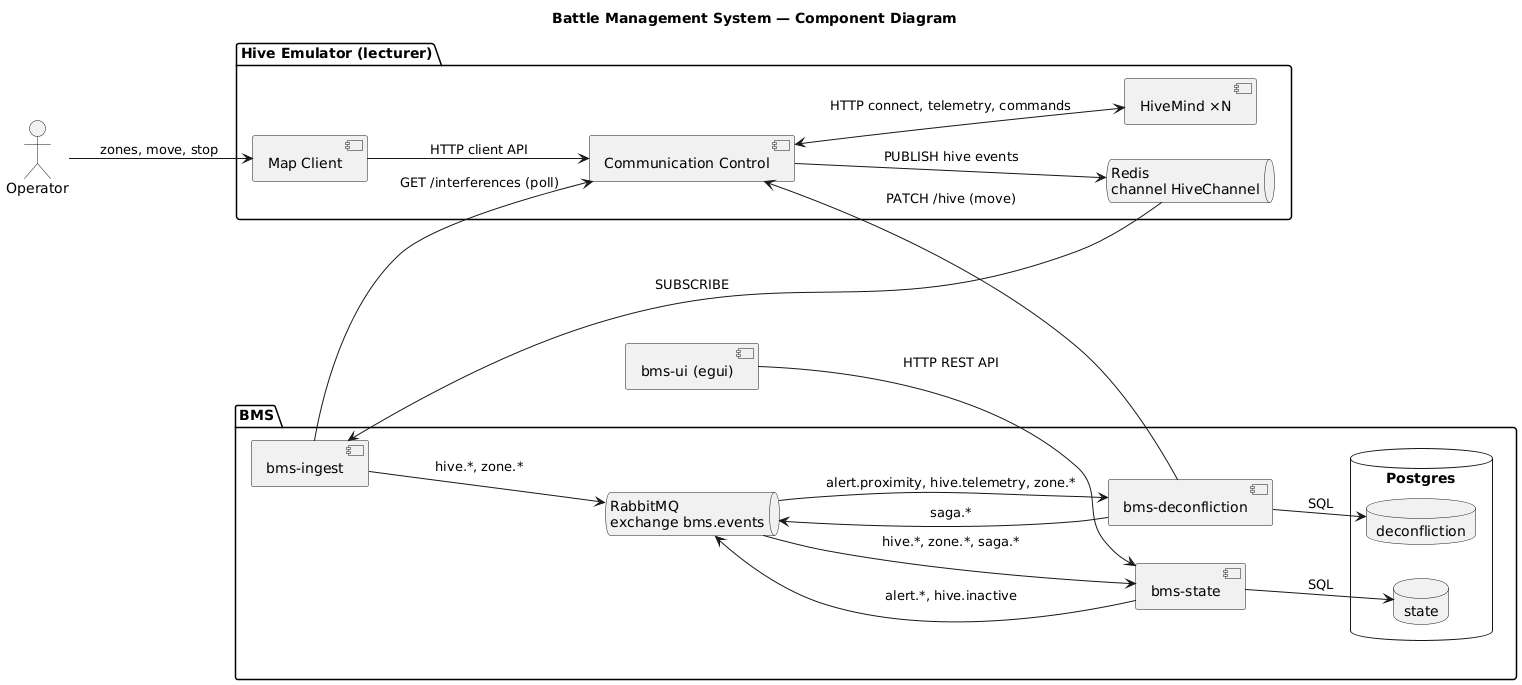
This is docs/diagrams/png/component.png from xairaven/KPI-DDS, a PlantUML export, as it was before one commit.
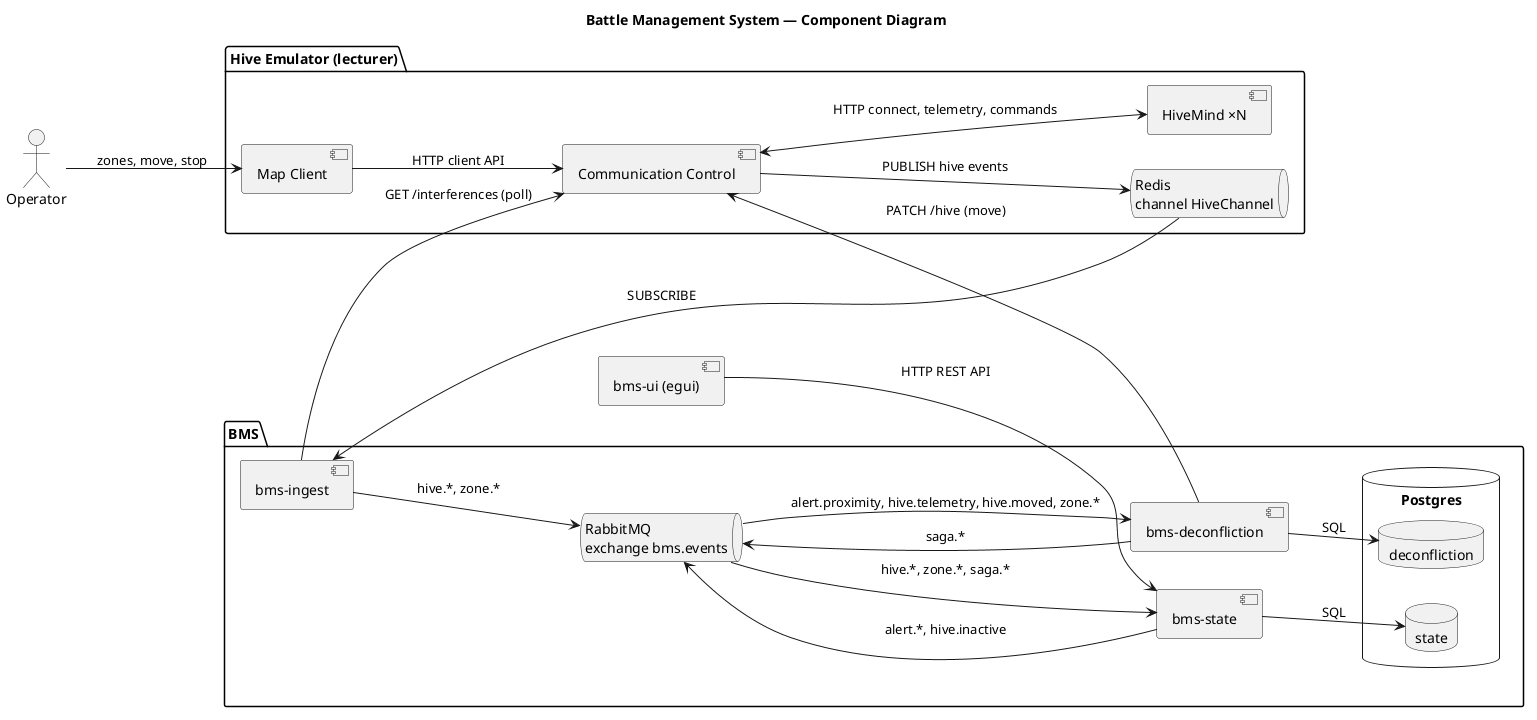
The same file after the commit.

Diff of the diagram source:
```diff
@@ -41,7 +41,7 @@
 State --> Rabbit : alert.*, hive.inactive
 State --> StateDB : SQL
 
-Rabbit --> Decon : alert.proximity, hive.telemetry, zone.*
+Rabbit --> Decon : alert.proximity, hive.telemetry, hive.moved, zone.*
 Decon --> Rabbit : saga.*
 Decon --> DeconDB : SQL
 Decon --> CC : PATCH /hive (move)
```
